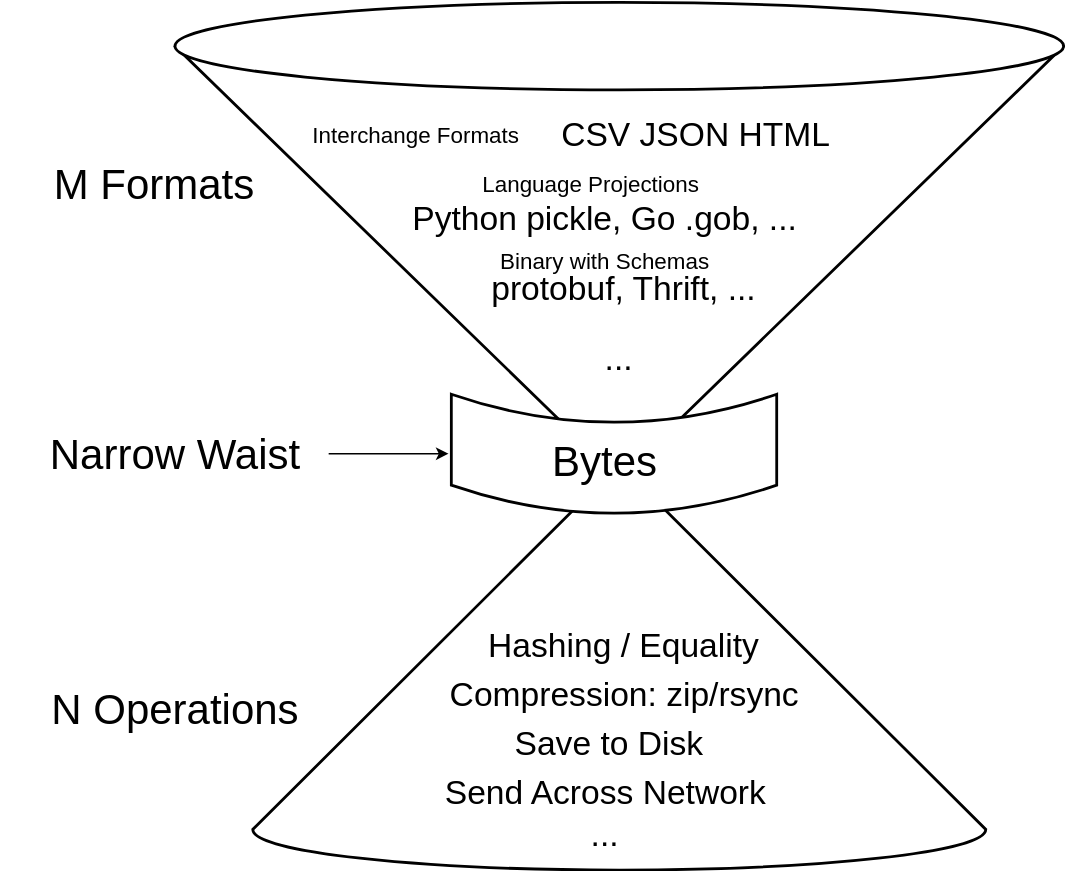
oils-for-unix/diagrams-test keeps this draw.io diagram as github-test-Page-1.drawio.svg. Above is the earlier version. Source tidied: cells renumbered, new cells last; positions are measured from the earlier drawing's top-left corner, leaving out a move shared by most shapes.
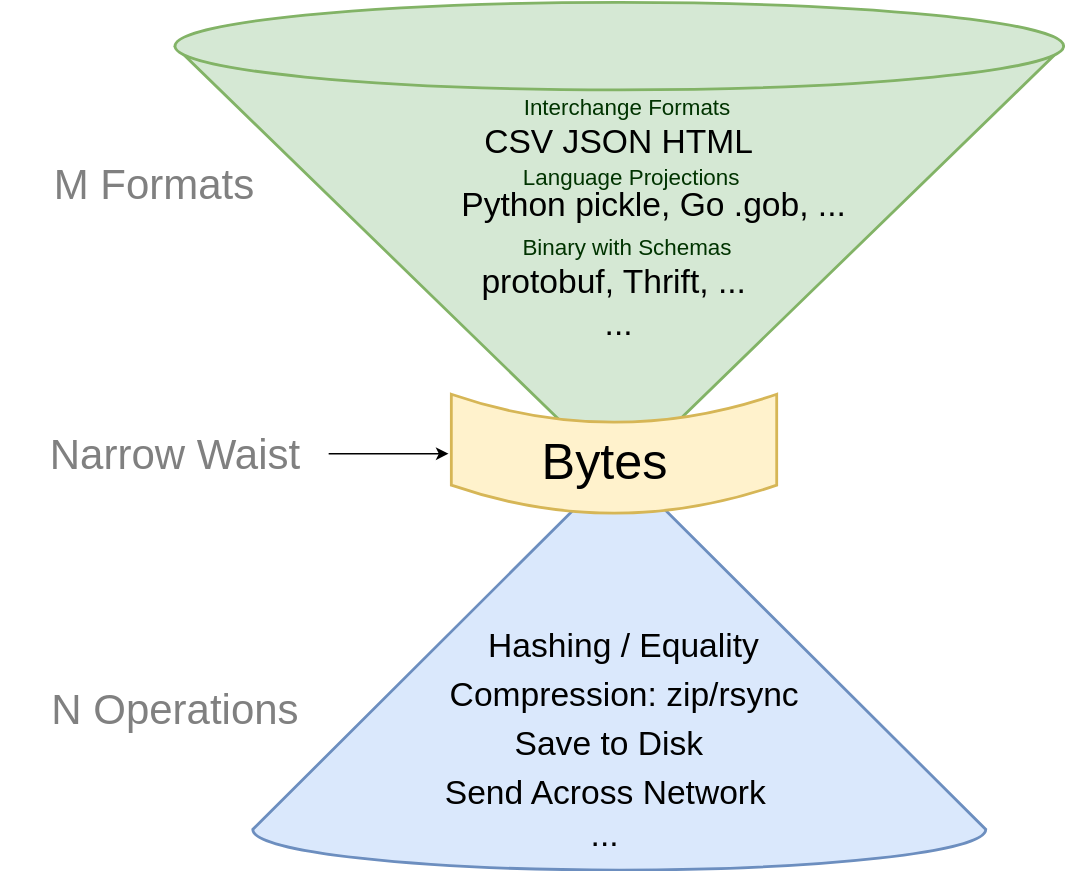
After the commit.

Diff of the diagram source:
```diff
@@ -2,28 +2,28 @@
   <root>
     <mxCell id="0" />
     <mxCell id="1" parent="0" />
-    <mxCell id="2" style="verticalLabelPosition=bottom;verticalAlign=top;html=1;shape=mxgraph.basic.cone2;dx=0.5;dy=0.9;strokeWidth=2;" parent="1" vertex="1">
+    <mxCell id="2" style="verticalLabelPosition=bottom;verticalAlign=top;html=1;shape=mxgraph.basic.cone2;dx=0.5;dy=0.9;strokeWidth=2;fillColor=#dae8fc;strokeColor=#6c8ebf;" parent="1" vertex="1">
       <mxGeometry x="180.1" y="330" width="523.8" height="290" as="geometry" />
     </mxCell>
-    <mxCell id="3" style="verticalLabelPosition=bottom;verticalAlign=top;html=1;shape=mxgraph.basic.cone;direction=west;strokeWidth=2;" parent="1" vertex="1">
+    <mxCell id="3" style="verticalLabelPosition=bottom;verticalAlign=top;html=1;shape=mxgraph.basic.cone;direction=west;strokeWidth=2;fillColor=#d5e8d4;strokeColor=#82b366;" parent="1" vertex="1">
       <mxGeometry x="124.5" width="635" height="340" as="geometry" />
     </mxCell>
-    <mxCell id="4" style="shape=dataStorage;whiteSpace=wrap;html=1;fixedSize=1;fontSize=30;rotation=-90;strokeWidth=2;perimeterSpacing=2;" parent="1" vertex="1">
+    <mxCell id="4" style="shape=dataStorage;whiteSpace=wrap;html=1;fixedSize=1;fontSize=30;rotation=-90;strokeWidth=2;perimeterSpacing=2;fillColor=#fff2cc;strokeColor=#d6b656;" parent="1" vertex="1">
       <mxGeometry x="395.8" y="206.2" width="85" height="232.5" as="geometry" />
     </mxCell>
-    <mxCell id="5" value="Bytes" style="text;html=1;strokeColor=none;fillColor=none;align=center;verticalAlign=middle;whiteSpace=wrap;rounded=0;fontSize=30;strokeWidth=3;" parent="1" vertex="1">
+    <mxCell id="5" value="Bytes" style="text;html=1;strokeColor=none;fillColor=none;align=center;verticalAlign=middle;whiteSpace=wrap;rounded=0;fontSize=36;strokeWidth=3;" parent="1" vertex="1">
       <mxGeometry x="310.8" y="292.5" width="242.5" height="70" as="geometry" />
     </mxCell>
-    <mxCell id="6" style="edgeStyle=orthogonalEdgeStyle;rounded=0;jettySize=auto;html=1;exitX=1;exitY=0.5;exitDx=0;exitDy=0;entryX=0.5;entryY=0;entryDx=0;entryDy=0;fontSize=30;" parent="1" edge="1" source="7" target="4">
+    <mxCell id="6" style="edgeStyle=orthogonalEdgeStyle;rounded=0;jettySize=auto;html=1;exitX=1;exitY=0.5;exitDx=0;exitDy=0;entryX=0.5;entryY=0;entryDx=0;entryDy=0;fontSize=30;fontColor=#808080;" parent="1" edge="1" source="7" target="4">
       <mxGeometry relative="1" as="geometry" />
     </mxCell>
-    <mxCell id="7" value="Narrow Waist" style="text;html=1;strokeColor=none;fillColor=none;align=center;verticalAlign=middle;whiteSpace=wrap;rounded=0;fontSize=30;" parent="1" vertex="1">
+    <mxCell id="7" value="Narrow Waist" style="text;html=1;strokeColor=none;fillColor=none;align=center;verticalAlign=middle;whiteSpace=wrap;rounded=0;fontSize=30;fontColor=#808080;" parent="1" vertex="1">
       <mxGeometry x="15.9" y="282.5" width="218.4" height="80" as="geometry" />
     </mxCell>
-    <mxCell id="8" value="M Formats" style="text;html=1;strokeColor=none;fillColor=none;align=center;verticalAlign=middle;whiteSpace=wrap;rounded=0;fontSize=30;" parent="1" vertex="1">
+    <mxCell id="8" value="M Formats" style="text;html=1;strokeColor=none;fillColor=none;align=center;verticalAlign=middle;whiteSpace=wrap;rounded=0;fontSize=30;fontColor=#808080;" parent="1" vertex="1">
       <mxGeometry x="0.1" y="90" width="220" height="80" as="geometry" />
     </mxCell>
-    <mxCell id="9" value="N Operations" style="text;html=1;strokeColor=none;fillColor=none;align=center;verticalAlign=middle;whiteSpace=wrap;rounded=0;fontSize=30;" parent="1" vertex="1">
+    <mxCell id="9" value="N Operations" style="text;html=1;strokeColor=none;fillColor=none;align=center;verticalAlign=middle;whiteSpace=wrap;rounded=0;fontSize=30;fontColor=#808080;" parent="1" vertex="1">
       <mxGeometry x="0.1" y="480" width="250" height="50" as="geometry" />
     </mxCell>
     <mxCell id="10" value="Send Across Network" style="text;html=1;strokeColor=none;fillColor=none;align=center;verticalAlign=middle;whiteSpace=wrap;rounded=0;fontSize=24;" parent="1" vertex="1">
@@ -39,28 +39,28 @@
       <mxGeometry x="308.3" y="440" width="275" height="40" as="geometry" />
     </mxCell>
     <mxCell id="14" value="CSV JSON HTML" style="text;html=1;strokeColor=none;fillColor=none;align=center;verticalAlign=middle;whiteSpace=wrap;rounded=0;fontSize=24;" parent="1" vertex="1">
-      <mxGeometry x="352" y="75" width="290" height="40" as="geometry" />
+      <mxGeometry x="297" y="80" width="290" height="40" as="geometry" />
     </mxCell>
     <mxCell id="15" value="Python pickle, Go .gob, ..." style="text;html=1;strokeColor=none;fillColor=none;align=center;verticalAlign=middle;whiteSpace=wrap;rounded=0;fontSize=24;" parent="1" vertex="1">
-      <mxGeometry x="262" y="140" width="340" height="30" as="geometry" />
+      <mxGeometry x="297" y="130" width="340" height="30" as="geometry" />
     </mxCell>
     <mxCell id="16" value="protobuf, Thrift, ..." style="text;html=1;strokeColor=none;fillColor=none;align=center;verticalAlign=middle;whiteSpace=wrap;rounded=0;fontSize=24;" parent="1" vertex="1">
-      <mxGeometry x="278.3" y="190" width="335" height="30" as="geometry" />
+      <mxGeometry x="270.8" y="185" width="335" height="30" as="geometry" />
     </mxCell>
-    <mxCell id="17" value="Interchange Formats" style="text;html=1;strokeColor=none;fillColor=none;align=center;verticalAlign=middle;whiteSpace=wrap;rounded=0;fontSize=16;" parent="1" vertex="1">
-      <mxGeometry x="162" y="80" width="270" height="30" as="geometry" />
+    <mxCell id="17" value="Interchange Formats" style="text;html=1;strokeColor=none;fillColor=none;align=center;verticalAlign=middle;whiteSpace=wrap;rounded=0;fontSize=16;fontColor=#003300;" parent="1" vertex="1">
+      <mxGeometry x="313.2" y="60" width="270" height="30" as="geometry" />
     </mxCell>
-    <mxCell id="18" value="Language Projections" style="text;html=1;strokeColor=none;fillColor=none;align=center;verticalAlign=middle;whiteSpace=wrap;rounded=0;fontSize=16;" parent="1" vertex="1">
-      <mxGeometry x="302" y="115" width="240" height="30" as="geometry" />
+    <mxCell id="18" value="Language Projections" style="text;html=1;strokeColor=none;fillColor=none;align=center;verticalAlign=middle;whiteSpace=wrap;rounded=0;fontSize=16;fontColor=#003300;" parent="1" vertex="1">
+      <mxGeometry x="330.8" y="110" width="240" height="30" as="geometry" />
     </mxCell>
     <mxCell id="19" value="..." style="text;html=1;strokeColor=none;fillColor=none;align=center;verticalAlign=middle;whiteSpace=wrap;rounded=0;fontSize=24;" parent="1" vertex="1">
-      <mxGeometry x="412" y="240" width="60" height="30" as="geometry" />
+      <mxGeometry x="412" y="215" width="60" height="30" as="geometry" />
     </mxCell>
     <mxCell id="20" value="..." style="text;html=1;strokeColor=none;fillColor=none;align=center;verticalAlign=middle;whiteSpace=wrap;rounded=0;fontSize=24;" parent="1" vertex="1">
       <mxGeometry x="402" y="580" width="60" height="30" as="geometry" />
     </mxCell>
-    <mxCell id="21" value="Binary with Schemas" style="text;html=1;strokeColor=none;fillColor=none;align=center;verticalAlign=middle;whiteSpace=wrap;rounded=0;fontSize=16;" parent="1" vertex="1">
-      <mxGeometry x="317" y="170" width="230" height="30" as="geometry" />
+    <mxCell id="21" value="Binary with Schemas" style="text;html=1;strokeColor=none;fillColor=none;align=center;verticalAlign=middle;whiteSpace=wrap;rounded=0;fontSize=16;fontColor=#003300;" parent="1" vertex="1">
+      <mxGeometry x="333.2" y="160" width="230" height="30" as="geometry" />
     </mxCell>
   </root>
 </mxGraphModel>
```
